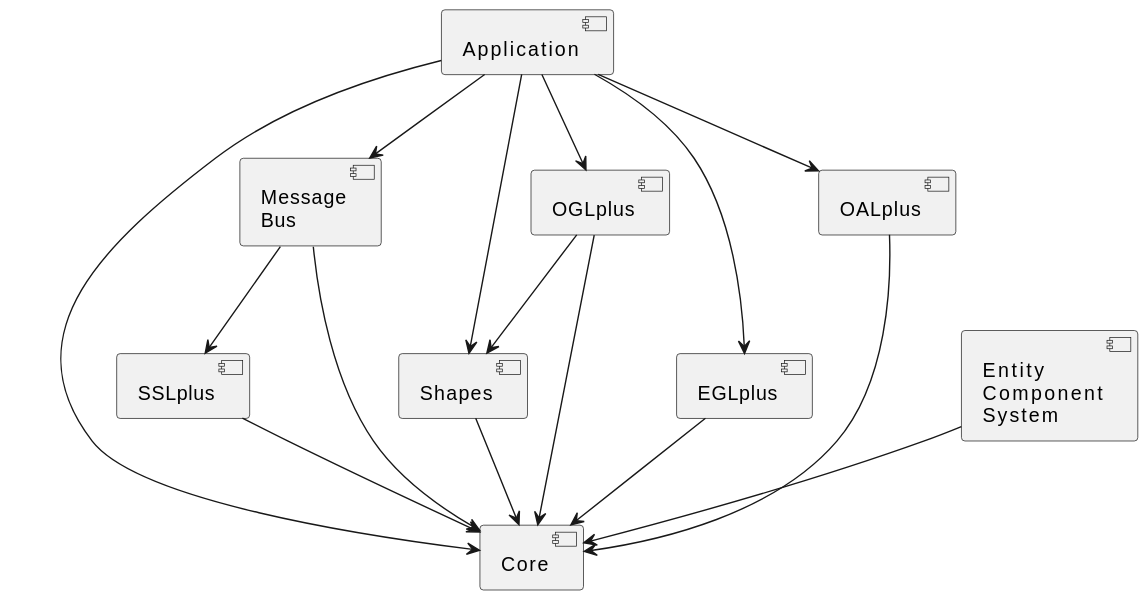
Earlier version of the PlantUML export doc/diagrams/eagine/components.svg (matus-chochlik/eagine-all).
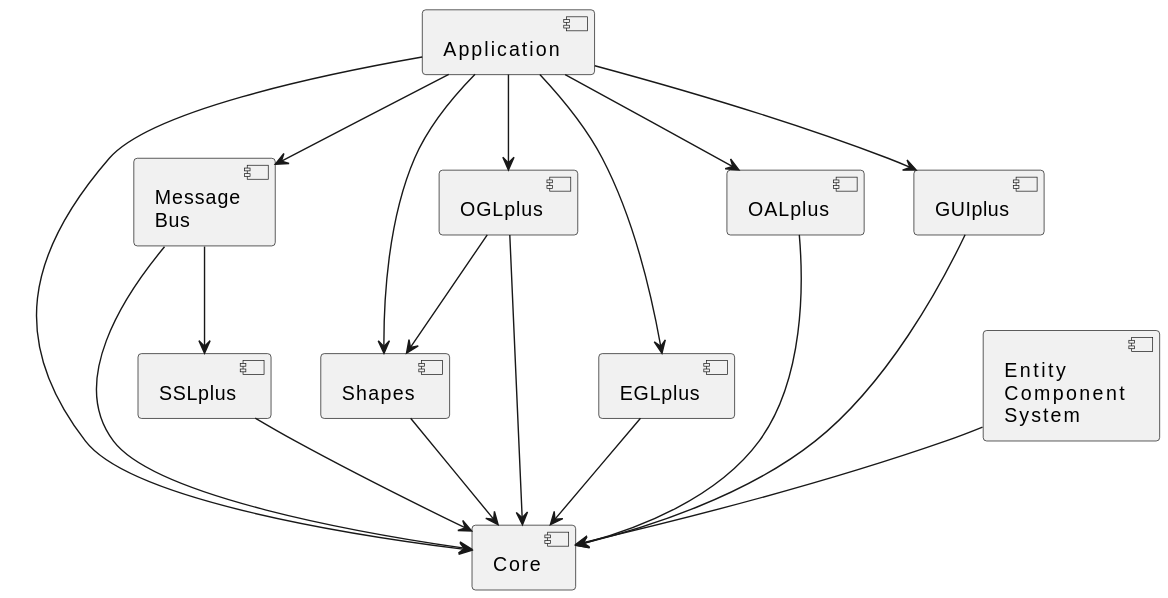
Later version of the same file.

Commit message:
Updated the utility scripts and diagrams adding eagine-guiplus sub-module

Change to the diagram source:
```diff
@@ -6,6 +6,7 @@
 component [EGLplus] as eglplus
 component [OGLplus] as oglplus
 component [OALplus] as oalplus
+component [GUIplus] as guiplus
 component [Entity\nComponent\nSystem] as ecs
 component [Application] as app
 
@@ -17,11 +18,13 @@
 oglplus --> core
 oglplus --> shapes
 oalplus --> core
+guiplus --> core
 ecs --> core
 app --> core
 app --> eglplus
 app --> oglplus
 app --> oalplus
+app --> guiplus
 app --> shapes
 app --> msgbus
 @enduml
```
